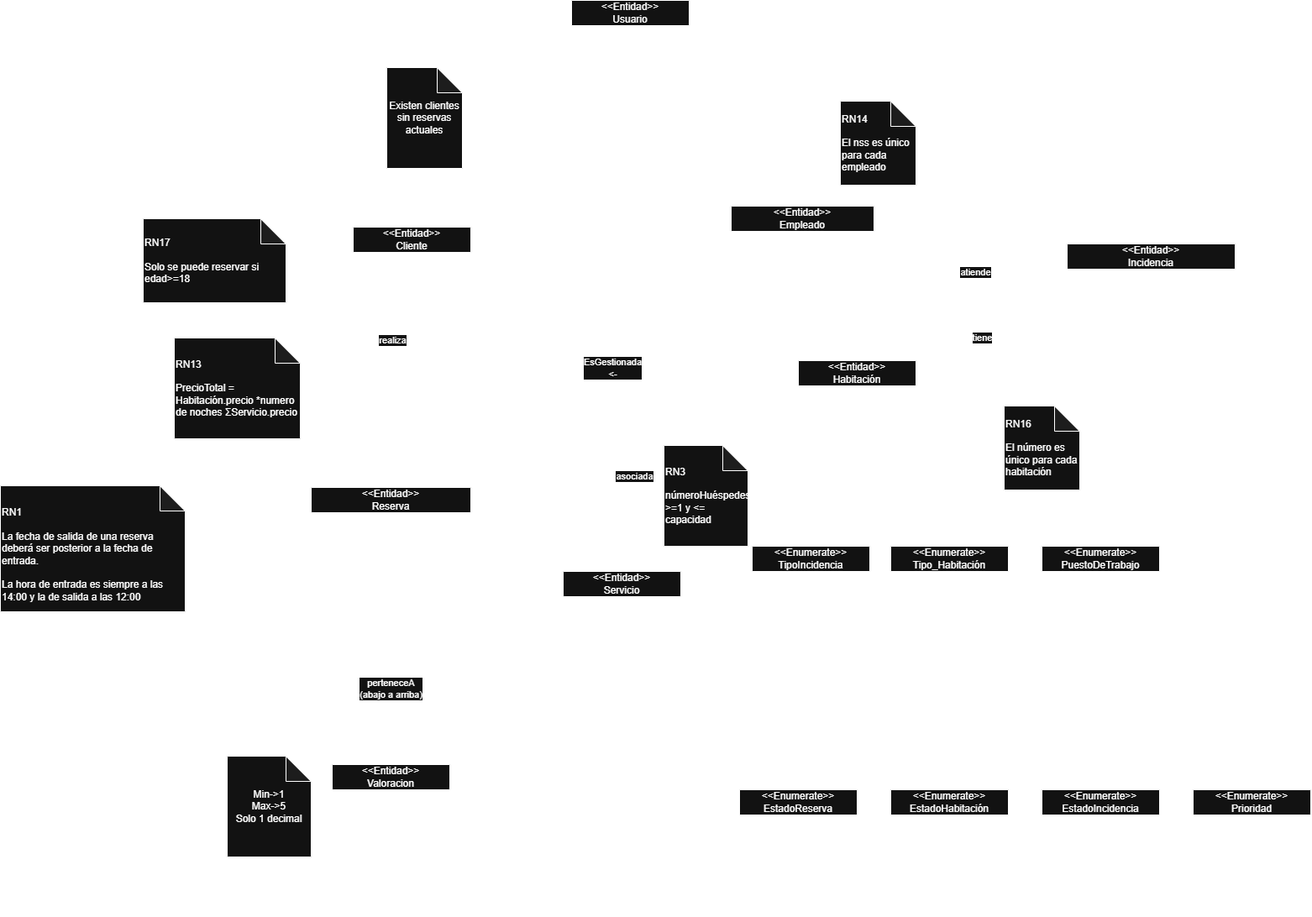
Before: img/DiagramaUML.drawio.png, a diagram exported from draw.io (TriedSole/proyecto-curso-iissi1-2026--BDN5476-). Source tidied: cells renumbered, new cells last; positions are measured from the earlier drawing's top-left corner, leaving out a move shared by most shapes.
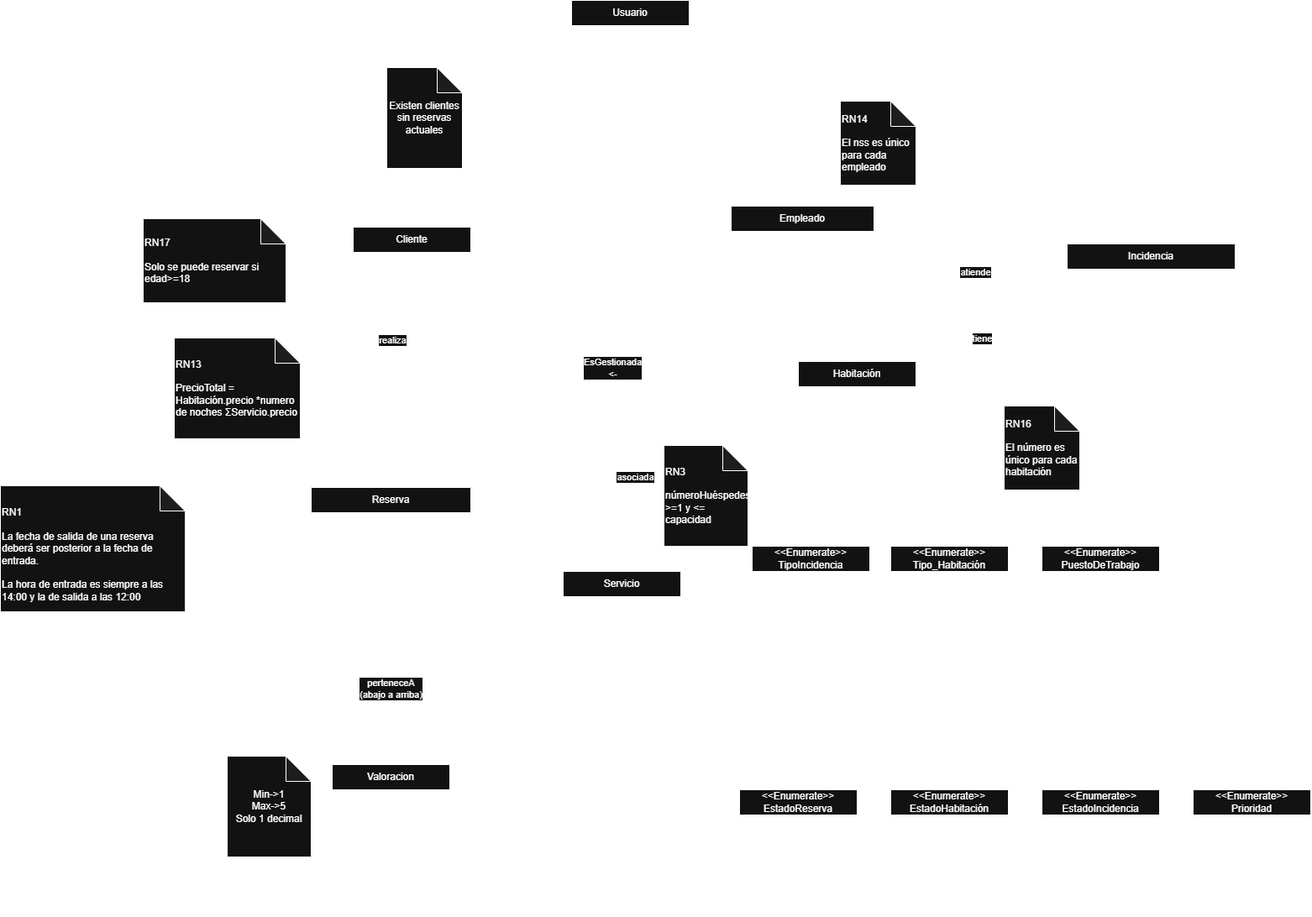
The same file after the commit.

Commit message:
Arreglo de fondo Diagrama UML

What changed in the source:
```diff
@@ -13,7 +13,7 @@
     <mxCell id="3" value="&lt;div&gt;realiza&lt;/div&gt;" style="edgeLabel;html=1;align=center;verticalAlign=middle;" parent="2" vertex="1">
       <mxGeometry x="-0.44" y="1" relative="1" as="geometry" />
     </mxCell>
-    <mxCell id="4" value="&lt;div&gt;&amp;lt;&amp;lt;Entidad&amp;gt;&amp;gt;&lt;/div&gt;Cliente" style="swimlane;fontStyle=0;horizontal=1;startSize=30;whiteSpace=wrap;html=1;" parent="1" vertex="1">
+    <mxCell id="4" value="Cliente" style="swimlane;fontStyle=0;horizontal=1;startSize=30;whiteSpace=wrap;html=1;" parent="1" vertex="1">
       <mxGeometry x="420" y="270" width="140" height="90" as="geometry" />
     </mxCell>
     <mxCell id="5" value="fechaNacimiento" style="text;strokeColor=none;fillColor=none;align=left;verticalAlign=middle;spacingLeft=4;spacingRight=4;overflow=hidden;points=[[0,0.5],[1,0.5]];portConstraint=eastwest;whiteSpace=wrap;html=1;" parent="4" vertex="1">
@@ -28,7 +28,7 @@
     <mxCell id="8" value="perteneceA&lt;div&gt;(abajo a arriba)&lt;/div&gt;" style="edgeLabel;html=1;align=center;verticalAlign=middle;" parent="7" vertex="1">
       <mxGeometry x="-0.22" y="-1" relative="1" as="geometry" />
     </mxCell>
-    <mxCell id="9" value="&lt;div&gt;&amp;lt;&amp;lt;Entidad&amp;gt;&amp;gt;&lt;/div&gt;Reserva" style="swimlane;fontStyle=0;horizontal=1;startSize=30;whiteSpace=wrap;html=1;" parent="1" vertex="1">
+    <mxCell id="9" value="Reserva" style="swimlane;fontStyle=0;horizontal=1;startSize=30;whiteSpace=wrap;html=1;" parent="1" vertex="1">
       <mxGeometry x="370" y="580" width="190" height="180" as="geometry" />
     </mxCell>
     <mxCell id="10" value="fechaEntrada" style="text;strokeColor=none;fillColor=none;align=left;verticalAlign=middle;spacingLeft=4;spacingRight=4;overflow=hidden;whiteSpace=wrap;html=1;" parent="9" vertex="1">
@@ -46,8 +46,8 @@
     <mxCell id="14" value="precioTotal" style="text;strokeColor=none;fillColor=none;align=left;verticalAlign=middle;spacingLeft=4;spacingRight=4;overflow=hidden;whiteSpace=wrap;html=1;" parent="9" vertex="1">
       <mxGeometry y="150" width="190" height="30" as="geometry" />
     </mxCell>
-    <mxCell id="15" value="&lt;div&gt;&amp;lt;&amp;lt;Entidad&amp;gt;&amp;gt;&lt;/div&gt;Habitación" style="swimlane;fontStyle=0;horizontal=1;startSize=30;whiteSpace=wrap;html=1;" parent="1" vertex="1">
-      <mxGeometry x="950" y="429" width="140" height="180" as="geometry" />
+    <mxCell id="15" value="Habitación" style="swimlane;fontStyle=0;horizontal=1;startSize=30;whiteSpace=wrap;html=1;" parent="1" vertex="1">
+      <mxGeometry x="950" y="430" width="140" height="180" as="geometry" />
     </mxCell>
     <mxCell id="16" value="número" style="text;strokeColor=none;fillColor=none;align=left;verticalAlign=middle;spacingLeft=4;spacingRight=4;overflow=hidden;whiteSpace=wrap;html=1;" parent="15" vertex="1">
       <mxGeometry y="30" width="140" height="30" as="geometry" />
@@ -67,7 +67,7 @@
     <mxCell id="21" style="edgeStyle=orthogonalEdgeStyle;rounded=0;jettySize=auto;html=1;exitX=0;exitY=0.5;exitDx=0;exitDy=0;entryX=0.75;entryY=1;entryDx=0;entryDy=0;endArrow=block;endFill=0;" parent="1" edge="1" source="22" target="52">
       <mxGeometry relative="1" as="geometry" />
     </mxCell>
-    <mxCell id="22" value="&lt;div&gt;&amp;lt;&amp;lt;Entidad&amp;gt;&amp;gt;&lt;/div&gt;Empleado" style="swimlane;fontStyle=0;horizontal=1;startSize=30;whiteSpace=wrap;html=1;" parent="1" vertex="1">
+    <mxCell id="22" value="Empleado" style="swimlane;fontStyle=0;horizontal=1;startSize=30;whiteSpace=wrap;html=1;" parent="1" vertex="1">
       <mxGeometry x="870" y="245" width="170" height="150" as="geometry" />
     </mxCell>
     <mxCell id="23" value="nss" style="text;strokeColor=none;fillColor=none;align=left;verticalAlign=middle;spacingLeft=4;spacingRight=4;overflow=hidden;whiteSpace=wrap;html=1;" parent="22" vertex="1">
@@ -82,7 +82,7 @@
     <mxCell id="26" value="esAdministrador: boolean" style="text;strokeColor=none;fillColor=none;align=left;verticalAlign=middle;spacingLeft=4;spacingRight=4;overflow=hidden;whiteSpace=wrap;html=1;" parent="22" vertex="1">
       <mxGeometry y="120" width="170" height="30" as="geometry" />
     </mxCell>
-    <mxCell id="27" value="&lt;div&gt;&amp;lt;&amp;lt;Entidad&amp;gt;&amp;gt;&lt;/div&gt;Incidencia" style="swimlane;fontStyle=0;horizontal=1;startSize=30;whiteSpace=wrap;html=1;" parent="1" vertex="1">
+    <mxCell id="27" value="Incidencia" style="swimlane;fontStyle=0;horizontal=1;startSize=30;whiteSpace=wrap;html=1;" parent="1" vertex="1">
       <mxGeometry x="1270" y="290" width="200" height="180" as="geometry" />
     </mxCell>
     <mxCell id="28" value="fecha" style="text;strokeColor=none;fillColor=none;align=left;verticalAlign=middle;spacingLeft=4;spacingRight=4;overflow=hidden;whiteSpace=wrap;html=1;" parent="27" vertex="1">
@@ -157,7 +157,7 @@
     <mxCell id="51" value="0..*" style="text;html=1;whiteSpace=wrap;strokeColor=none;fillColor=none;align=center;verticalAlign=middle;rounded=0;" parent="1" vertex="1">
       <mxGeometry x="460" y="548" width="60" height="30" as="geometry" />
     </mxCell>
-    <mxCell id="52" value="&lt;div&gt;&amp;lt;&amp;lt;Entidad&amp;gt;&amp;gt;&lt;/div&gt;Usuario" style="swimlane;fontStyle=0;horizontal=1;startSize=30;whiteSpace=wrap;html=1;" parent="1" vertex="1">
+    <mxCell id="52" value="Usuario" style="swimlane;fontStyle=0;horizontal=1;startSize=30;whiteSpace=wrap;html=1;" parent="1" vertex="1">
       <mxGeometry x="680" width="140" height="210" as="geometry" />
     </mxCell>
     <mxCell id="53" value="nombre" style="text;strokeColor=none;fillColor=none;align=left;verticalAlign=middle;spacingLeft=4;spacingRight=4;overflow=hidden;whiteSpace=wrap;html=1;" parent="52" vertex="1">
@@ -202,7 +202,7 @@
     <mxCell id="64" value="0...*" style="text;html=1;whiteSpace=wrap;strokeColor=none;fillColor=none;align=center;verticalAlign=middle;rounded=0;" parent="1" vertex="1">
       <mxGeometry x="1200" y="405" width="60" height="30" as="geometry" />
     </mxCell>
-    <mxCell id="65" value="&lt;div&gt;&amp;lt;&amp;lt;Entidad&amp;gt;&amp;gt;&lt;/div&gt;&lt;div&gt;Servicio&lt;/div&gt;" style="swimlane;fontStyle=0;horizontal=1;startSize=30;whiteSpace=wrap;html=1;" parent="1" vertex="1">
+    <mxCell id="65" value="&lt;div&gt;Servicio&lt;/div&gt;" style="swimlane;fontStyle=0;horizontal=1;startSize=30;whiteSpace=wrap;html=1;" parent="1" vertex="1">
       <mxGeometry x="670" y="680" width="140" height="120" as="geometry" />
     </mxCell>
     <mxCell id="66" value="nombre" style="text;strokeColor=none;fillColor=none;align=left;verticalAlign=middle;spacingLeft=4;spacingRight=4;overflow=hidden;points=[[0,0.5],[1,0.5]];portConstraint=eastwest;whiteSpace=wrap;html=1;" parent="65" vertex="1">
@@ -226,7 +226,7 @@
     <mxCell id="72" value="&lt;div&gt;1&lt;/div&gt;" style="text;html=1;whiteSpace=wrap;strokeColor=none;fillColor=none;align=center;verticalAlign=middle;rounded=0;" parent="1" vertex="1">
       <mxGeometry x="900" y="518" width="60" height="30" as="geometry" />
     </mxCell>
-    <mxCell id="73" value="&lt;div&gt;&amp;lt;&amp;lt;Entidad&amp;gt;&amp;gt;&lt;/div&gt;Valoracion" style="swimlane;fontStyle=0;horizontal=1;startSize=30;whiteSpace=wrap;html=1;" parent="1" vertex="1">
+    <mxCell id="73" value="Valoracion" style="swimlane;fontStyle=0;horizontal=1;startSize=30;whiteSpace=wrap;html=1;" parent="1" vertex="1">
       <mxGeometry x="395" y="910" width="140" height="120" as="geometry" />
     </mxCell>
     <mxCell id="74" value="&lt;div&gt;puntuacion&lt;/div&gt;" style="text;strokeColor=none;fillColor=none;align=left;verticalAlign=middle;spacingLeft=4;spacingRight=4;overflow=hidden;whiteSpace=wrap;html=1;" parent="73" vertex="1">
```
